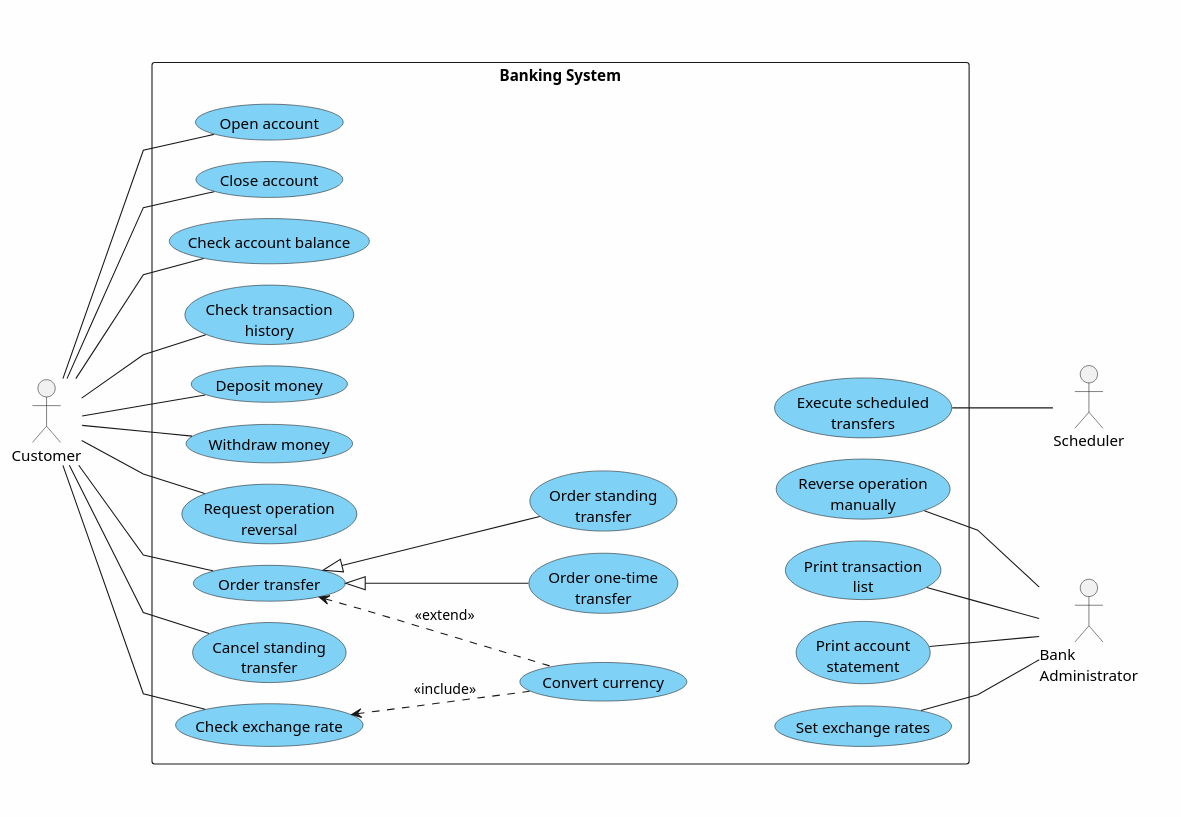
This is docs/use_case/png/use_case.png from K0D1Z/software-engineering-project, a PlantUML export, as it was before one commit. Its source is kept beside it as docs/use_case/puml/use_case.puml.
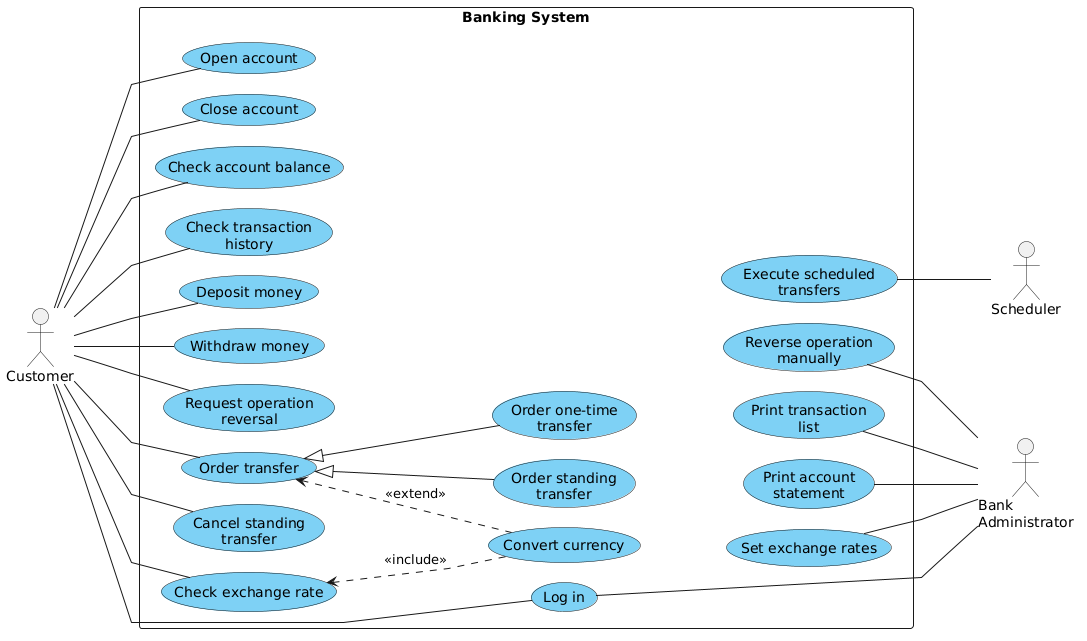
The same diagram one commit later.

Diff of the diagram source:
```diff
@@ -12,6 +12,8 @@
 actor Scheduler
 
 rectangle "Banking System" {
+  usecase "Log in" as UC_Login
+
   usecase "Open account" as UC_OpenAccount
   usecase "Close account" as UC_CloseAccount
   usecase "Check account balance" as UC_AccountBalance
@@ -33,6 +35,9 @@
   usecase "Print account\nstatement" as UC_PrintStatement
   usecase "Set exchange rates" as UC_SetRates
 }
+
+Customer --- UC_Login
+UC_Login --- Admin
 
 Customer -- UC_OpenAccount
 Customer -- UC_CloseAccount
@@ -65,4 +70,5 @@
 UC_OneTimeTransfer -[hidden]- UC_SetRates
 UC_OneTimeTransfer -[hidden]-UC_ScheduledTransfers
 
+UC_Login -[hidden] UC_OneTimeTransfer
 @enduml
```
